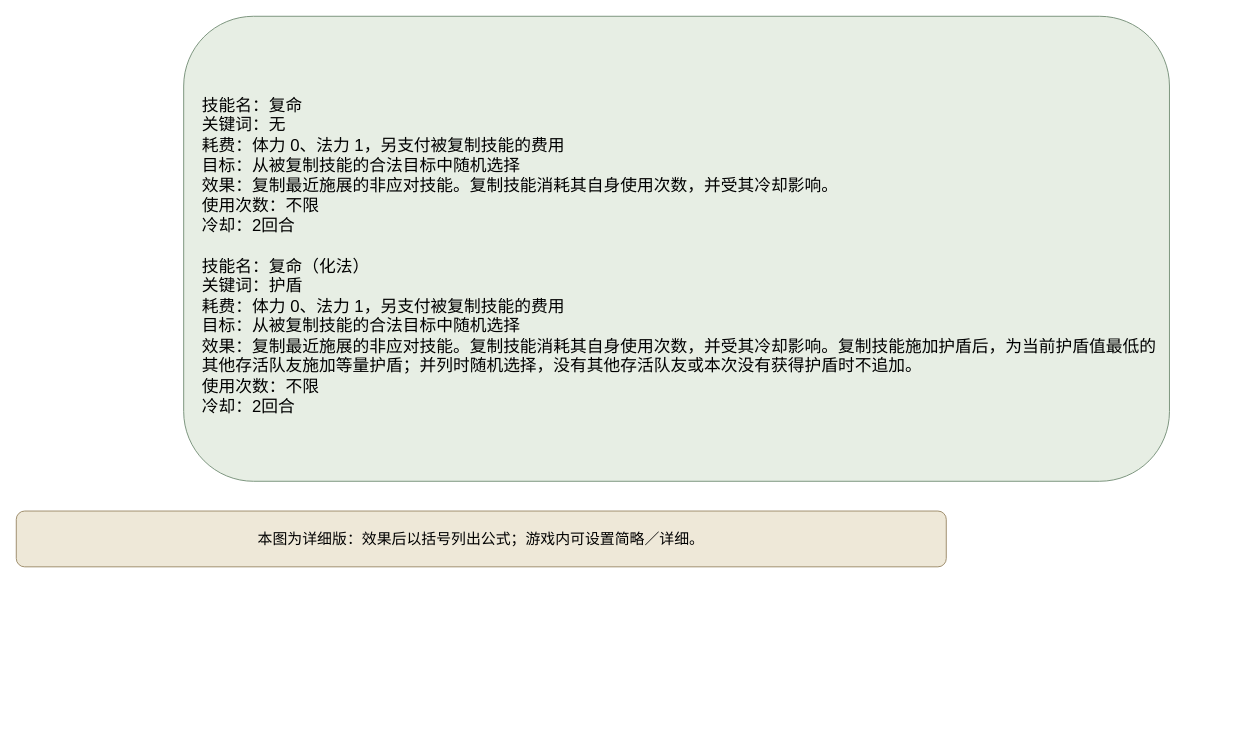
Before: page "复命" (1 of 2) of docs/卡牌词典/秘籍技能/玄枢含章经/复命.drawio in ankundanetracyc-spec/tian-guan-you-du, a draw.io diagram. Source tidied: cells renumbered, new cells numbered last; positions are measured from the earlier drawing's top-left corner, leaving out a move shared by most shapes. Both pictures are drawn from the tidied source at 93%, with x=0, y=0 at pixel (16, 16).
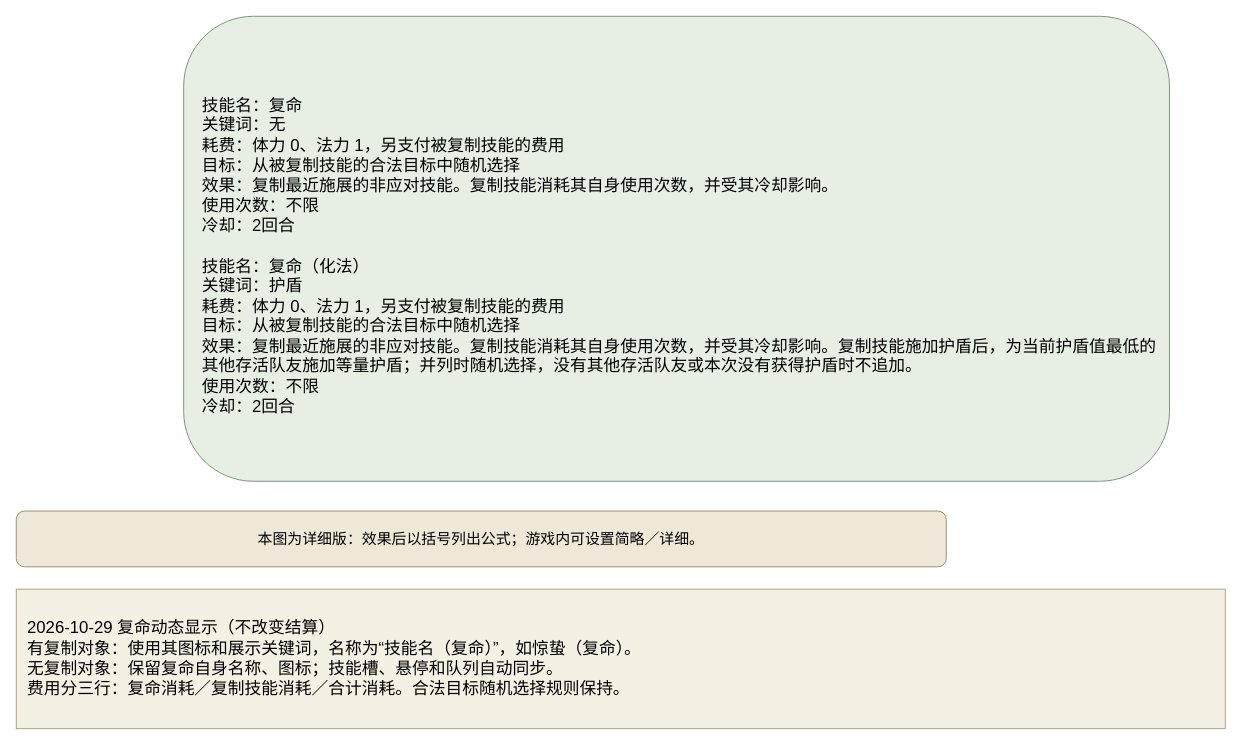
Above is the later version.

Change to the diagram source:
```diff
@@
 <mxGraphModel>
   <root>
     <mxCell id="0" />
     <mxCell id="1" parent="0" />
     <mxCell id="2" value="技能名：复命&#10;关键词：无&#10;耗费：体力 0、法力 1，另支付被复制技能的费用&#10;目标：从被复制技能的合法目标中随机选择&#10;效果：复制最近施展的非应对技能。复制技能消耗其自身使用次数，并受其冷却影响。&#10;使用次数：不限&#10;冷却：2回合&#10;&#10;技能名：复命（化法）&#10;关键词：护盾&#10;耗费：体力 0、法力 1，另支付被复制技能的费用&#10;目标：从被复制技能的合法目标中随机选择&#10;效果：复制最近施展的非应对技能。复制技能消耗其自身使用次数，并受其冷却影响。复制技能施加护盾后，为当前护盾值最低的其他存活队友施加等量护盾；并列时随机选择，没有其他存活队友或本次没有获得护盾时不追加。&#10;使用次数：不限&#10;冷却：2回合" style="rounded=1;whiteSpace=wrap;html=1;fillColor=#e7eee4;strokeColor=#769078;fontSize=18;align=left;spacingLeft=18;spacingTop=16;" parent="1" vertex="1">
       <mxGeometry x="180" width="1060" height="500" as="geometry" />
     </mxCell>
     <mxCell id="3" value="本图为详细版：效果后以括号列出公式；游戏内可设置简略／详细。" style="rounded=1;whiteSpace=wrap;html=1;fillColor=#eee8d8;strokeColor=#9a8967;fontSize=16;" parent="1" vertex="1">
       <mxGeometry y="532" width="1000" height="60" as="geometry" />
     </mxCell>
+    <mxCell id="4" value="2026-10-29 复命动态显示（不改变结算）&#10;有复制对象：使用其图标和展示关键词，名称为“技能名（复命）”，如惊蛰（复命）。&#10;无复制对象：保留复命自身名称、图标；技能槽、悬停和队列自动同步。&#10;费用分三行：复命消耗／复制技能消耗／合计消耗。合法目标随机选择规则保持。" style="rounded=0;whiteSpace=wrap;html=0;fillColor=#f4f0e4;strokeColor=#a89d7d;align=left;verticalAlign=middle;spacing=12;fontSize=18;" parent="1" vertex="1">
+      <mxGeometry y="616" width="1300" height="150" as="geometry" />
+    </mxCell>
   </root>
 </mxGraphModel>
```
